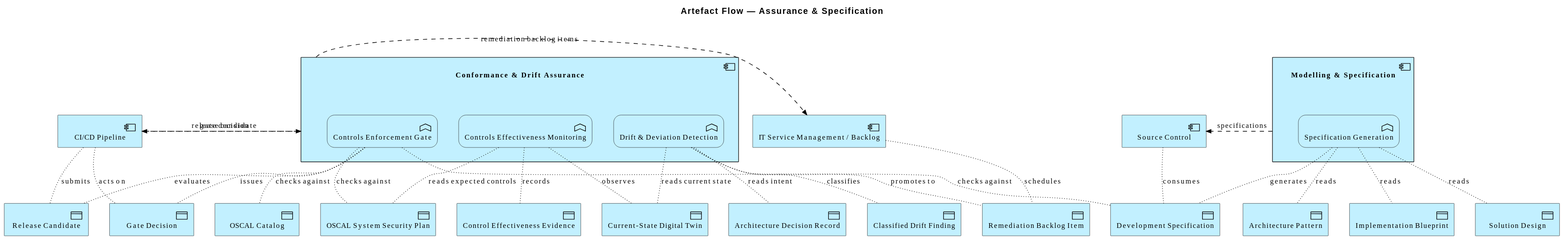
The PlantUML diagram architecture/model/diagrams/frictionless-architect-artefact-assurance-spec.svg in wolffy-au/frictionless-architect, before a commit.
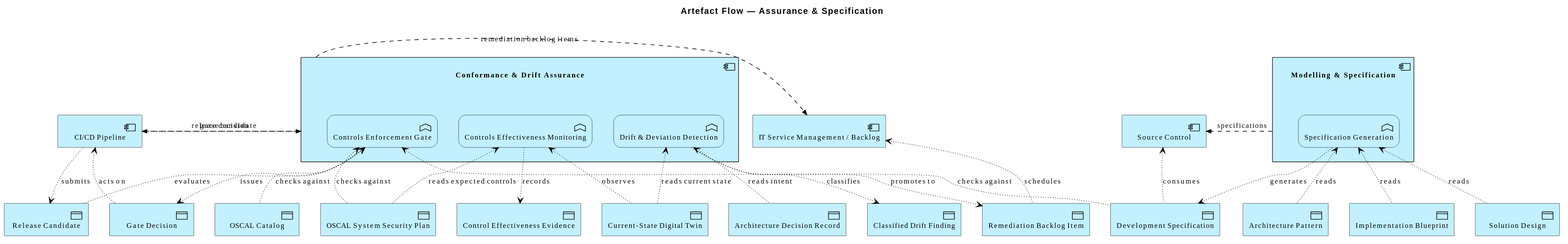
After the commit.

Commit message:
fix(diagram-archimate): give Access relationships read/write arrowheads

What changed in the source:
```diff
@@ -32,24 +32,24 @@
 Rel_Flow_Right(e_id492c882252a953, e_iddc67769c419e5d, "gate decision")
 Rel_Flow_Right(e_id492c882252a953, e_idaabfebfc7b9858, "remediation backlog items")
 Rel_Flow_Right(e_id82f04fecbdd85e, e_id4a7b9c4171d855, "specifications")
-Rel_Access(e_id4cb42acdf9de59, e_idd89db32a51b55a, "reads")
-Rel_Access(e_id4cb42acdf9de59, e_id6599578e1d1057, "reads")
-Rel_Access(e_id4cb42acdf9de59, e_id506d57a987bb51, "reads")
-Rel_Access(e_id4cb42acdf9de59, e_id103558edb3e153, "generates")
-Rel_Access(e_id4a7b9c4171d855, e_id103558edb3e153, "consumes")
-Rel_Access(e_iddc67769c419e5d, e_id93e27550f23655, "submits")
-Rel_Access(e_idbf7bcc015b2d5d, e_id93e27550f23655, "evaluates")
-Rel_Access(e_idbf7bcc015b2d5d, e_id103558edb3e153, "checks against")
-Rel_Access(e_idbf7bcc015b2d5d, e_id20c3b0ad770d57, "checks against")
-Rel_Access(e_idbf7bcc015b2d5d, e_idddf65887d53f57, "checks against")
-Rel_Access(e_idbf7bcc015b2d5d, e_idfc003fff746357, "issues")
-Rel_Access(e_iddc67769c419e5d, e_idfc003fff746357, "acts on")
-Rel_Access(e_id40274d7630725c, e_id20c3b0ad770d57, "reads expected controls")
-Rel_Access(e_id40274d7630725c, e_id20c5428a37355f, "observes")
-Rel_Access(e_id40274d7630725c, e_idccf5eb3e5a985e, "records")
-Rel_Access(e_id5447be33805351, e_id20c5428a37355f, "reads current state")
-Rel_Access(e_id5447be33805351, e_idecfad6920d135b, "reads intent")
-Rel_Access(e_id5447be33805351, e_id1c39613a2dec56, "classifies")
-Rel_Access(e_id5447be33805351, e_idf689dee540f85d, "promotes to")
-Rel_Access(e_idaabfebfc7b9858, e_idf689dee540f85d, "schedules")
+Rel_Access_r(e_id4cb42acdf9de59, e_idd89db32a51b55a, "reads")
+Rel_Access_r(e_id4cb42acdf9de59, e_id6599578e1d1057, "reads")
+Rel_Access_r(e_id4cb42acdf9de59, e_id506d57a987bb51, "reads")
+Rel_Access_w(e_id4cb42acdf9de59, e_id103558edb3e153, "generates")
+Rel_Access_r(e_id4a7b9c4171d855, e_id103558edb3e153, "consumes")
+Rel_Access_w(e_iddc67769c419e5d, e_id93e27550f23655, "submits")
+Rel_Access_r(e_idbf7bcc015b2d5d, e_id93e27550f23655, "evaluates")
+Rel_Access_r(e_idbf7bcc015b2d5d, e_id103558edb3e153, "checks against")
+Rel_Access_r(e_idbf7bcc015b2d5d, e_id20c3b0ad770d57, "checks against")
+Rel_Access_r(e_idbf7bcc015b2d5d, e_idddf65887d53f57, "checks against")
+Rel_Access_w(e_idbf7bcc015b2d5d, e_idfc003fff746357, "issues")
+Rel_Access_r(e_iddc67769c419e5d, e_idfc003fff746357, "acts on")
+Rel_Access_r(e_id40274d7630725c, e_id20c3b0ad770d57, "reads expected controls")
+Rel_Access_r(e_id40274d7630725c, e_id20c5428a37355f, "observes")
+Rel_Access_w(e_id40274d7630725c, e_idccf5eb3e5a985e, "records")
+Rel_Access_r(e_id5447be33805351, e_id20c5428a37355f, "reads current state")
+Rel_Access_r(e_id5447be33805351, e_idecfad6920d135b, "reads intent")
+Rel_Access_w(e_id5447be33805351, e_id1c39613a2dec56, "classifies")
+Rel_Access_w(e_id5447be33805351, e_idf689dee540f85d, "promotes to")
+Rel_Access_r(e_idaabfebfc7b9858, e_idf689dee540f85d, "schedules")
 @enduml
```
